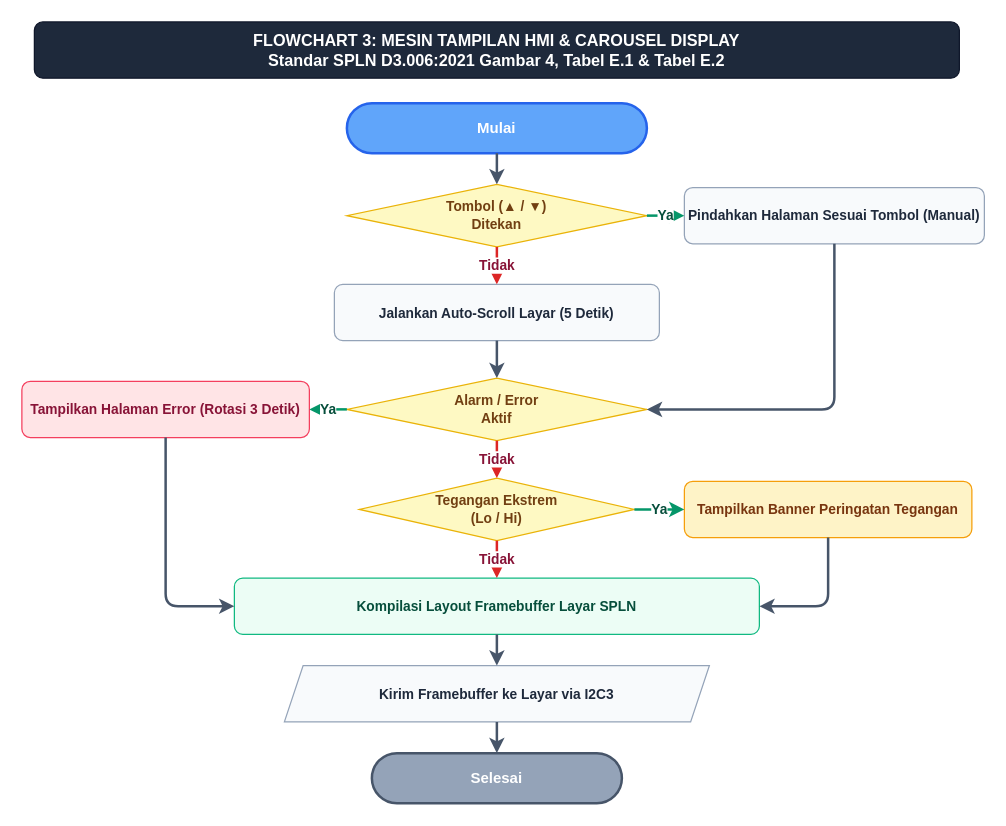
Kevla27/ALLIN keeps this draw.io diagram as page "3. Tampilan Layar HMI" (3 of 4) of docs/e3_modular_flowcharts.drawio. Above is the earlier version. Source tidied: cells renumbered, new cells numbered last; positions are measured from the earlier drawing's top-left corner, leaving out a move shared by most shapes. Both pictures are drawn from the tidied source at 125%, with x=0, y=0 at pixel (21, 21).
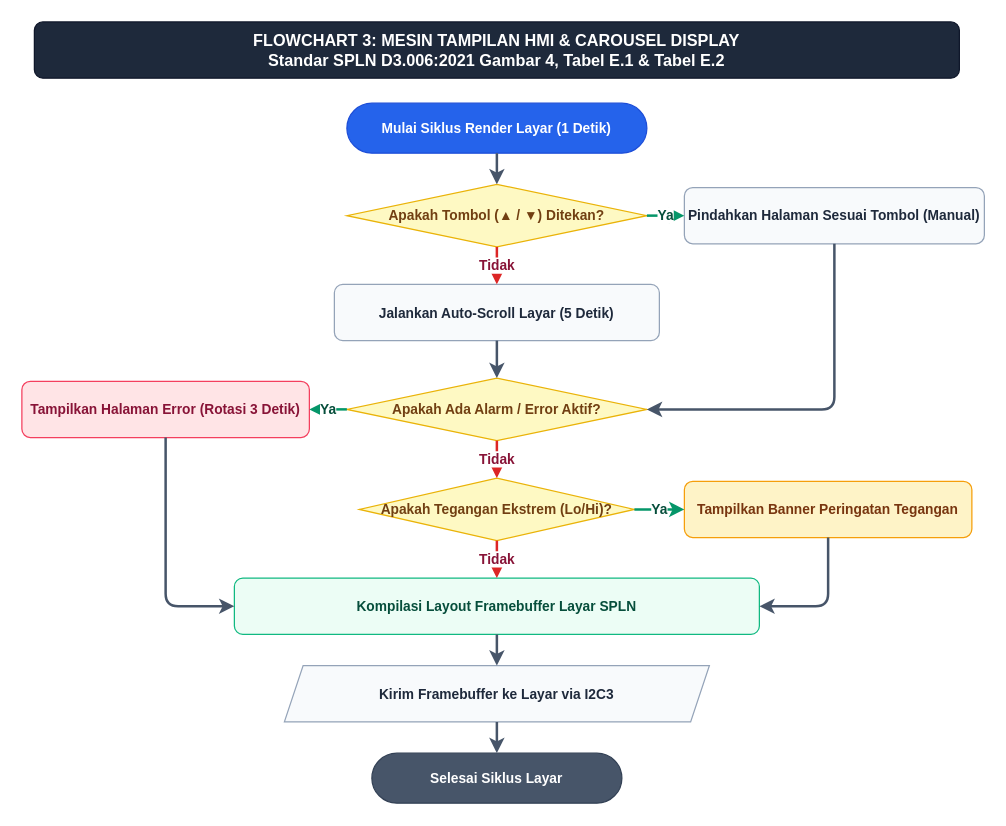
The same diagram, later.

The edit, as a diff of the source:
```diff
@@
-    <mxCell id="3" value="&lt;b&gt;Mulai&lt;/b&gt;" style="rounded=1;arcSize=50;whiteSpace=wrap;html=1;fillColor=#60a5fa;strokeColor=#2563eb;strokeWidth=2;fontColor=#ffffff;fontSize=12;fontFamily=Helvetica;align=center;" parent="1" vertex="1">
+    <mxCell id="3" value="&lt;b&gt;Mulai Siklus Render Layar (1 Detik)&lt;/b&gt;" style="rounded=1;arcSize=50;whiteSpace=wrap;html=1;fillColor=#2563eb;strokeColor=#1d4ed8;fontColor=#ffffff;fontStyle=1;fontSize=11;align=center;" parent="1" vertex="1">
       <mxGeometry x="260" y="65" width="240" height="40" as="geometry" />
     </mxCell>
-    <mxCell id="4" value="&lt;b&gt;Tombol (▲ / ▼)&lt;br/&gt;Ditekan&lt;/b&gt;" style="rhombus;whiteSpace=wrap;html=1;fillColor=#fef9c3;strokeColor=#eab308;fontColor=#713f12;fontStyle=1;fontSize=11;align=center;" parent="1" vertex="1">
+    <mxCell id="4" value="&lt;b&gt;Apakah Tombol (▲ / ▼) Ditekan?&lt;/b&gt;" style="rhombus;whiteSpace=wrap;html=1;fillColor=#fef9c3;strokeColor=#eab308;fontColor=#713f12;fontStyle=1;fontSize=11;align=center;" parent="1" vertex="1">
       <mxGeometry x="260" y="130" width="240" height="50" as="geometry" />
     </mxCell>
@@
-    <mxCell id="7" value="&lt;b&gt;Alarm / Error&lt;br/&gt;Aktif&lt;/b&gt;" style="rhombus;whiteSpace=wrap;html=1;fillColor=#fef9c3;strokeColor=#eab308;fontColor=#713f12;fontStyle=1;fontSize=11;align=center;" parent="1" vertex="1">
+    <mxCell id="7" value="&lt;b&gt;Apakah Ada Alarm / Error Aktif?&lt;/b&gt;" style="rhombus;whiteSpace=wrap;html=1;fillColor=#fef9c3;strokeColor=#eab308;fontColor=#713f12;fontStyle=1;fontSize=11;align=center;" parent="1" vertex="1">
       <mxGeometry x="260" y="285" width="240" height="50" as="geometry" />
     </mxCell>
@@
-    <mxCell id="9" value="&lt;b&gt;Tegangan Ekstrem&lt;br/&gt;(Lo / Hi)&lt;/b&gt;" style="rhombus;whiteSpace=wrap;html=1;fillColor=#fef9c3;strokeColor=#eab308;fontColor=#713f12;fontStyle=1;fontSize=11;align=center;" parent="1" vertex="1">
+    <mxCell id="9" value="&lt;b&gt;Apakah Tegangan Ekstrem (Lo/Hi)?&lt;/b&gt;" style="rhombus;whiteSpace=wrap;html=1;fillColor=#fef9c3;strokeColor=#eab308;fontColor=#713f12;fontStyle=1;fontSize=11;align=center;" parent="1" vertex="1">
       <mxGeometry x="270" y="365" width="220" height="50" as="geometry" />
     </mxCell>
@@
-    <mxCell id="13" value="&lt;b&gt;Selesai&lt;/b&gt;" style="rounded=1;arcSize=50;whiteSpace=wrap;html=1;fillColor=#94a3b8;strokeColor=#475569;strokeWidth=2;fontColor=#ffffff;fontSize=12;fontFamily=Helvetica;align=center;" parent="1" vertex="1">
+    <mxCell id="13" value="&lt;b&gt;Selesai Siklus Layar&lt;/b&gt;" style="rounded=1;arcSize=50;whiteSpace=wrap;html=1;fillColor=#475569;strokeColor=#334155;fontColor=#ffffff;fontStyle=1;fontSize=11;align=center;" parent="1" vertex="1">
       <mxGeometry x="280" y="585" width="200" height="40" as="geometry" />
     </mxCell>
```
